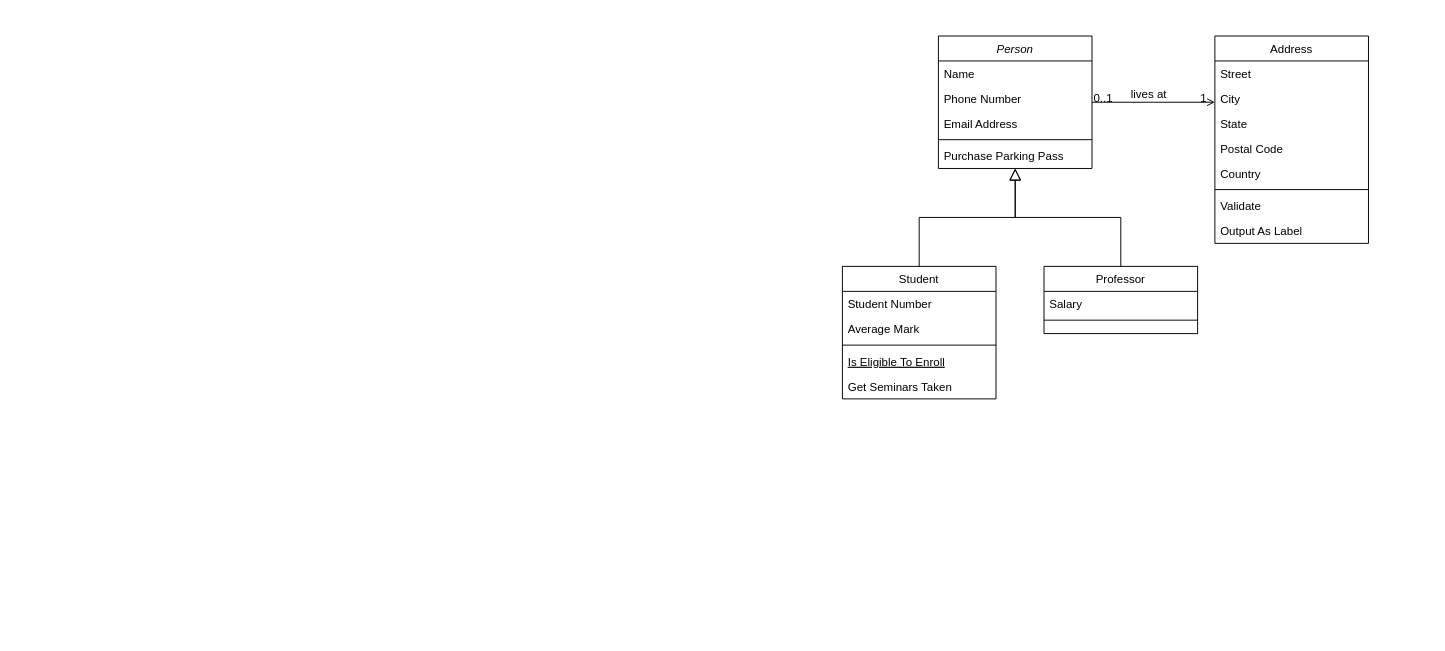
Above: Untitled Diagram.drawio in Rishat22/XmlEditor (draw.io), before the change. Source tidied: cells renumbered, new cells numbered last; positions are measured from the earlier drawing's top-left corner, leaving out a move shared by most shapes. Both pictures are drawn from the tidied source at 96%, with x=0, y=0 at pixel (842, 36).
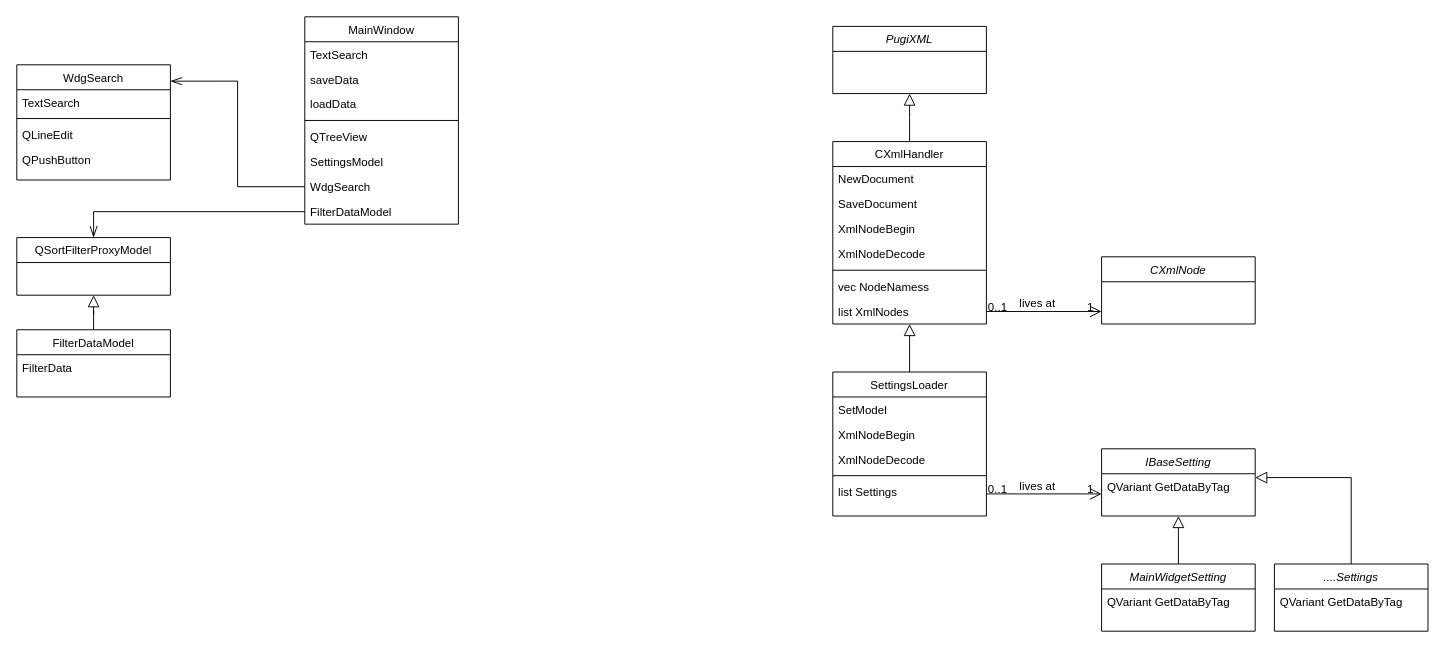
Above is the later version.

What changed in the source:
```diff
@@
-    <mxCell id="2" value="Person" style="swimlane;fontStyle=2;align=center;verticalAlign=top;horizontal=1;startSize=26;rounded=0;shadow=0;strokeWidth=1;" parent="1" vertex="1">
-      <mxGeometry x="100" width="160" height="138" as="geometry" />
+    <mxCell id="2" value="PugiXML" style="swimlane;fontStyle=2;align=center;verticalAlign=top;horizontal=1;startSize=26;rounded=0;shadow=0;strokeWidth=1;" parent="1" vertex="1">
+      <mxGeometry x="-10" y="-10" width="160" height="70" as="geometry" />
     </mxCell>
-    <mxCell id="3" value="Name" style="text;align=left;verticalAlign=top;spacingLeft=4;spacingRight=4;overflow=hidden;" parent="2" vertex="1">
-      <mxGeometry y="26" width="160" height="26" as="geometry" />
-    </mxCell>
-    <mxCell id="4" value="Phone Number" style="text;align=left;verticalAlign=top;spacingLeft=4;spacingRight=4;overflow=hidden;rounded=0;shadow=0;html=0;" parent="2" vertex="1">
-      <mxGeometry y="52" width="160" height="26" as="geometry" />
-    </mxCell>
-    <mxCell id="5" value="Email Address" style="text;align=left;verticalAlign=top;spacingLeft=4;spacingRight=4;overflow=hidden;rounded=0;shadow=0;html=0;" parent="2" vertex="1">
-      <mxGeometry y="78" width="160" height="26" as="geometry" />
-    </mxCell>
-    <mxCell id="6" style="line;html=1;strokeWidth=1;align=left;verticalAlign=middle;spacingTop=-1;spacingLeft=3;spacingRight=3;labelPosition=right;" parent="2" vertex="1">
-      <mxGeometry y="104" width="160" height="8" as="geometry" />
-    </mxCell>
-    <mxCell id="7" value="Purchase Parking Pass" style="text;align=left;verticalAlign=top;spacingLeft=4;spacingRight=4;overflow=hidden;" parent="2" vertex="1">
-      <mxGeometry y="112" width="160" height="26" as="geometry" />
-    </mxCell>
-    <mxCell id="8" value="Student" style="swimlane;fontStyle=0;align=center;verticalAlign=top;horizontal=1;startSize=26;rounded=0;shadow=0;strokeWidth=1;" parent="1" vertex="1">
-      <mxGeometry y="240" width="160" height="138" as="geometry" />
+    <mxCell id="8" value="CXmlHandler" style="swimlane;fontStyle=0;align=center;verticalAlign=top;horizontal=1;startSize=26;rounded=0;shadow=0;strokeWidth=1;" parent="1" vertex="1">
+      <mxGeometry x="-10" y="110" width="160" height="190" as="geometry" />
     </mxCell>
-    <mxCell id="9" value="Student Number" style="text;align=left;verticalAlign=top;spacingLeft=4;spacingRight=4;overflow=hidden;" parent="8" vertex="1">
+    <mxCell id="9" value="NewDocument" style="text;align=left;verticalAlign=top;spacingLeft=4;spacingRight=4;overflow=hidden;" parent="8" vertex="1">
       <mxGeometry y="26" width="160" height="26" as="geometry" />
     </mxCell>
-    <mxCell id="10" value="Average Mark" style="text;align=left;verticalAlign=top;spacingLeft=4;spacingRight=4;overflow=hidden;rounded=0;shadow=0;html=0;" parent="8" vertex="1">
+    <mxCell id="10" value="SaveDocument" style="text;align=left;verticalAlign=top;spacingLeft=4;spacingRight=4;overflow=hidden;rounded=0;shadow=0;html=0;" parent="8" vertex="1">
       <mxGeometry y="52" width="160" height="26" as="geometry" />
     </mxCell>
+    <mxCell id="32" value="XmlNodeBegin" style="text;align=left;verticalAlign=top;spacingLeft=4;spacingRight=4;overflow=hidden;rounded=0;shadow=0;html=0;" parent="8" vertex="1">
+      <mxGeometry y="78" width="160" height="26" as="geometry" />
+    </mxCell>
+    <mxCell id="33" value="XmlNodeDecode" style="text;align=left;verticalAlign=top;spacingLeft=4;spacingRight=4;overflow=hidden;rounded=0;shadow=0;html=0;" parent="8" vertex="1">
+      <mxGeometry y="104" width="160" height="26" as="geometry" />
+    </mxCell>
     <mxCell id="11" style="line;html=1;strokeWidth=1;align=left;verticalAlign=middle;spacingTop=-1;spacingLeft=3;spacingRight=3;labelPosition=right;" parent="8" vertex="1">
-      <mxGeometry y="78" width="160" height="8" as="geometry" />
+      <mxGeometry y="130" width="160" height="8" as="geometry" />
     </mxCell>
-    <mxCell id="12" value="Is Eligible To Enroll" style="text;align=left;verticalAlign=top;spacingLeft=4;spacingRight=4;overflow=hidden;fontStyle=4;" parent="8" vertex="1">
-      <mxGeometry y="86" width="160" height="26" as="geometry" />
-    </mxCell>
-    <mxCell id="13" value="Get Seminars Taken" style="text;align=left;verticalAlign=top;spacingLeft=4;spacingRight=4;overflow=hidden;" parent="8" vertex="1">
-      <mxGeometry y="112" width="160" height="26" as="geometry" />
+    <mxCell id="13" value="vec NodeNamess" style="text;align=left;verticalAlign=top;spacingLeft=4;spacingRight=4;overflow=hidden;" parent="8" vertex="1">
+      <mxGeometry y="138" width="160" height="26" as="geometry" />
     </mxCell>
+    <mxCell id="34" value="list XmlNodes" style="text;align=left;verticalAlign=top;spacingLeft=4;spacingRight=4;overflow=hidden;points=[[0,0.5],[1,0.5]];portConstraint=eastwest;" parent="8" vertex="1">
+      <mxGeometry y="164" width="160" height="26" as="geometry" />
+    </mxCell>
@@
-    <mxCell id="15" value="Professor" style="swimlane;fontStyle=0;align=center;verticalAlign=top;horizontal=1;startSize=26;rounded=0;shadow=0;strokeWidth=1;" parent="1" vertex="1">
-      <mxGeometry x="210" y="240" width="160" height="70" as="geometry" />
-    </mxCell>
-    <mxCell id="16" value="Salary" style="text;align=left;verticalAlign=top;spacingLeft=4;spacingRight=4;overflow=hidden;" parent="15" vertex="1">
-      <mxGeometry y="26" width="160" height="26" as="geometry" />
-    </mxCell>
-    <mxCell id="17" style="line;html=1;strokeWidth=1;align=left;verticalAlign=middle;spacingTop=-1;spacingLeft=3;spacingRight=3;labelPosition=right;" parent="15" vertex="1">
-      <mxGeometry y="52" width="160" height="8" as="geometry" />
-    </mxCell>
-    <mxCell id="18" style="endArrow=block;endSize=10;endFill=0;shadow=0;strokeWidth=1;rounded=0;edgeStyle=elbowEdgeStyle;elbow=vertical;" parent="1" edge="1" source="15" target="2">
-      <mxGeometry relative="1" as="geometry" />
-    </mxCell>
-    <mxCell id="19" value="Address" style="swimlane;fontStyle=0;align=center;verticalAlign=top;horizontal=1;startSize=26;rounded=0;shadow=0;strokeWidth=1;" parent="1" vertex="1">
-      <mxGeometry x="388" width="160" height="216" as="geometry" />
+    <mxCell id="19" value="MainWindow" style="swimlane;fontStyle=0;align=center;verticalAlign=top;horizontal=1;startSize=26;rounded=0;shadow=0;strokeWidth=1;" parent="1" vertex="1">
+      <mxGeometry x="-560" y="-20" width="160" height="216" as="geometry" />
     </mxCell>
-    <mxCell id="20" value="Street" style="text;align=left;verticalAlign=top;spacingLeft=4;spacingRight=4;overflow=hidden;" parent="19" vertex="1">
+    <mxCell id="20" value="TextSearch" style="text;align=left;verticalAlign=top;spacingLeft=4;spacingRight=4;overflow=hidden;" parent="19" vertex="1">
       <mxGeometry y="26" width="160" height="26" as="geometry" />
     </mxCell>
-    <mxCell id="21" value="City" style="text;align=left;verticalAlign=top;spacingLeft=4;spacingRight=4;overflow=hidden;rounded=0;shadow=0;html=0;" parent="19" vertex="1">
+    <mxCell id="21" value="saveData" style="text;align=left;verticalAlign=top;spacingLeft=4;spacingRight=4;overflow=hidden;rounded=0;shadow=0;html=0;" parent="19" vertex="1">
       <mxGeometry y="52" width="160" height="26" as="geometry" />
     </mxCell>
-    <mxCell id="22" value="State" style="text;align=left;verticalAlign=top;spacingLeft=4;spacingRight=4;overflow=hidden;rounded=0;shadow=0;html=0;" parent="19" vertex="1">
+    <mxCell id="22" value="loadData" style="text;align=left;verticalAlign=top;spacingLeft=4;spacingRight=4;overflow=hidden;rounded=0;shadow=0;html=0;" parent="19" vertex="1">
       <mxGeometry y="78" width="160" height="26" as="geometry" />
     </mxCell>
-    <mxCell id="23" value="Postal Code" style="text;align=left;verticalAlign=top;spacingLeft=4;spacingRight=4;overflow=hidden;rounded=0;shadow=0;html=0;" parent="19" vertex="1">
-      <mxGeometry y="104" width="160" height="26" as="geometry" />
-    </mxCell>
-    <mxCell id="24" value="Country" style="text;align=left;verticalAlign=top;spacingLeft=4;spacingRight=4;overflow=hidden;rounded=0;shadow=0;html=0;" parent="19" vertex="1">
-      <mxGeometry y="130" width="160" height="26" as="geometry" />
-    </mxCell>
     <mxCell id="25" style="line;html=1;strokeWidth=1;align=left;verticalAlign=middle;spacingTop=-1;spacingLeft=3;spacingRight=3;labelPosition=right;" parent="19" vertex="1">
-      <mxGeometry y="156" width="160" height="8" as="geometry" />
+      <mxGeometry y="104" width="160" height="8" as="geometry" />
     </mxCell>
-    <mxCell id="26" value="Validate" style="text;align=left;verticalAlign=top;spacingLeft=4;spacingRight=4;overflow=hidden;" parent="19" vertex="1">
-      <mxGeometry y="164" width="160" height="26" as="geometry" />
+    <mxCell id="26" value="QTreeView" style="text;align=left;verticalAlign=top;spacingLeft=4;spacingRight=4;overflow=hidden;" parent="19" vertex="1">
+      <mxGeometry y="112" width="160" height="26" as="geometry" />
     </mxCell>
+    <mxCell id="35" value="SettingsModel" style="text;align=left;verticalAlign=top;spacingLeft=4;spacingRight=4;overflow=hidden;" parent="19" vertex="1">
+      <mxGeometry y="138" width="160" height="26" as="geometry" />
+    </mxCell>
+    <mxCell id="36" value="WdgSearch" style="text;align=left;verticalAlign=top;spacingLeft=4;spacingRight=4;overflow=hidden;points=[[0,0.5],[1,0.5]];portConstraint=eastwest;" parent="19" vertex="1">
+      <mxGeometry y="164" width="160" height="26" as="geometry" />
+    </mxCell>
-    <mxCell id="27" value="Output As Label" style="text;align=left;verticalAlign=top;spacingLeft=4;spacingRight=4;overflow=hidden;points=[[0,0.5],[1,0.5]];portConstraint=eastwest;" parent="19" vertex="1">
+    <mxCell id="27" value="FilterDataModel" style="text;align=left;verticalAlign=top;spacingLeft=4;spacingRight=4;overflow=hidden;points=[[0,0.5],[1,0.5]];portConstraint=eastwest;" parent="19" vertex="1">
       <mxGeometry y="190" width="160" height="26" as="geometry" />
     </mxCell>
-    <mxCell id="28" style="endArrow=open;shadow=0;strokeWidth=1;rounded=0;endFill=1;edgeStyle=elbowEdgeStyle;elbow=vertical;" parent="1" edge="1" source="2" target="19">
+    <mxCell id="28" style="endArrow=open;shadow=0;strokeWidth=1;rounded=0;endFill=1;edgeStyle=elbowEdgeStyle;elbow=vertical;exitX=1;exitY=0.5;exitDx=0;exitDy=0;endSize=10;" parent="1" edge="1" source="34">
       <mxGeometry x="0.5" y="41" relative="1" as="geometry">
+        <mxPoint x="270" y="287" as="targetPoint" />
         <mxPoint x="-40" y="32" as="offset" />
       </mxGeometry>
     </mxCell>
@@
+    <mxCell id="37" value="CXmlNode" style="swimlane;fontStyle=2;align=center;verticalAlign=top;horizontal=1;startSize=26;rounded=0;shadow=0;strokeWidth=1;" parent="1" vertex="1">
+      <mxGeometry x="270" y="230" width="160" height="70" as="geometry" />
+    </mxCell>
+    <mxCell id="38" value="SettingsLoader" style="swimlane;fontStyle=0;align=center;verticalAlign=top;horizontal=1;startSize=26;rounded=0;shadow=0;strokeWidth=1;" parent="1" vertex="1">
+      <mxGeometry x="-10" y="350" width="160" height="150" as="geometry" />
+    </mxCell>
+    <mxCell id="39" value="SetModel" style="text;align=left;verticalAlign=top;spacingLeft=4;spacingRight=4;overflow=hidden;" parent="38" vertex="1">
+      <mxGeometry y="26" width="160" height="26" as="geometry" />
+    </mxCell>
+    <mxCell id="40" value="XmlNodeBegin" style="text;align=left;verticalAlign=top;spacingLeft=4;spacingRight=4;overflow=hidden;rounded=0;shadow=0;html=0;" parent="38" vertex="1">
+      <mxGeometry y="52" width="160" height="26" as="geometry" />
+    </mxCell>
+    <mxCell id="41" value="XmlNodeDecode" style="text;align=left;verticalAlign=top;spacingLeft=4;spacingRight=4;overflow=hidden;rounded=0;shadow=0;html=0;" parent="38" vertex="1">
+      <mxGeometry y="78" width="160" height="26" as="geometry" />
+    </mxCell>
+    <mxCell id="6" style="line;html=1;strokeWidth=1;align=left;verticalAlign=middle;spacingTop=-1;spacingLeft=3;spacingRight=3;labelPosition=right;" parent="38" vertex="1">
+      <mxGeometry y="104" width="160" height="8" as="geometry" />
+    </mxCell>
+    <mxCell id="42" value="list Settings" style="text;align=left;verticalAlign=top;spacingLeft=4;spacingRight=4;overflow=hidden;" parent="38" vertex="1">
+      <mxGeometry y="112" width="160" height="26" as="geometry" />
+    </mxCell>
+    <mxCell id="43" style="endArrow=block;endSize=10;endFill=0;shadow=0;strokeWidth=1;rounded=0;edgeStyle=elbowEdgeStyle;elbow=vertical;" parent="1" edge="1" source="38">
+      <mxGeometry relative="1" as="geometry">
+        <mxPoint x="70" y="300" as="targetPoint" />
+      </mxGeometry>
+    </mxCell>
+    <mxCell id="44" style="endArrow=open;shadow=0;strokeWidth=1;rounded=0;endFill=1;edgeStyle=elbowEdgeStyle;elbow=vertical;exitX=1;exitY=0.5;exitDx=0;exitDy=0;endSize=10;" parent="1" edge="1">
+      <mxGeometry x="0.5" y="41" relative="1" as="geometry">
+        <mxPoint x="150" y="477" as="sourcePoint" />
+        <mxPoint x="270" y="477" as="targetPoint" />
+        <mxPoint x="-40" y="32" as="offset" />
+      </mxGeometry>
+    </mxCell>
+    <mxCell id="45" value="0..1" style="align=left;verticalAlign=bottom;labelBackgroundColor=none;fontSize=12;" parent="44" vertex="1">
+      <mxGeometry x="-1" relative="1" as="geometry">
+        <mxPoint y="4" as="offset" />
+      </mxGeometry>
+    </mxCell>
+    <mxCell id="46" value="1" style="align=right;verticalAlign=bottom;labelBackgroundColor=none;fontSize=12;" parent="44" vertex="1">
+      <mxGeometry x="1" relative="1" as="geometry">
+        <mxPoint x="-7" y="4" as="offset" />
+      </mxGeometry>
+    </mxCell>
+    <mxCell id="47" value="lives at" style="text;html=1;align=center;verticalAlign=middle;labelBackgroundColor=none;rounded=0;shadow=0;strokeWidth=1;fontSize=12;" parent="44" vertex="1">
+      <mxGeometry x="0.5" y="49" relative="1" as="geometry">
+        <mxPoint x="-38" y="40" as="offset" />
+      </mxGeometry>
+    </mxCell>
+    <mxCell id="48" value="IBaseSetting" style="swimlane;fontStyle=2;align=center;verticalAlign=top;horizontal=1;startSize=26;rounded=0;shadow=0;strokeWidth=1;" parent="1" vertex="1">
+      <mxGeometry x="270" y="430" width="160" height="70" as="geometry" />
+    </mxCell>
+    <mxCell id="49" value="QVariant GetDataByTag" style="text;align=left;verticalAlign=top;spacingLeft=4;spacingRight=4;overflow=hidden;points=[[0,0.5],[1,0.5]];portConstraint=eastwest;" parent="48" vertex="1">
+      <mxGeometry y="26" width="160" height="24" as="geometry" />
+    </mxCell>
+    <mxCell id="50" style="edgeStyle=orthogonalEdgeStyle;rounded=0;jettySize=auto;html=1;entryX=0.5;entryY=1;entryDx=0;entryDy=0;endArrow=block;endFill=0;strokeWidth=1;endSize=10;" parent="1" edge="1" source="51" target="48">
+      <mxGeometry relative="1" as="geometry" />
+    </mxCell>
+    <mxCell id="51" value="MainWidgetSetting" style="swimlane;fontStyle=2;align=center;verticalAlign=top;horizontal=1;startSize=26;rounded=0;shadow=0;strokeWidth=1;" parent="1" vertex="1">
+      <mxGeometry x="270" y="550" width="160" height="70" as="geometry" />
+    </mxCell>
+    <mxCell id="52" value="QVariant GetDataByTag" style="text;align=left;verticalAlign=top;spacingLeft=4;spacingRight=4;overflow=hidden;" parent="51" vertex="1">
+      <mxGeometry y="26" width="160" height="44" as="geometry" />
+    </mxCell>
+    <mxCell id="53" style="edgeStyle=orthogonalEdgeStyle;rounded=0;jettySize=auto;html=1;entryX=1;entryY=0.167;entryDx=0;entryDy=0;entryPerimeter=0;endArrow=block;endFill=0;endSize=10;strokeWidth=1;" parent="1" edge="1" source="54" target="49">
+      <mxGeometry relative="1" as="geometry" />
+    </mxCell>
+    <mxCell id="54" value="....Settings" style="swimlane;fontStyle=2;align=center;verticalAlign=top;horizontal=1;startSize=26;rounded=0;shadow=0;strokeWidth=1;" parent="1" vertex="1">
+      <mxGeometry x="450" y="550" width="160" height="70" as="geometry" />
+    </mxCell>
+    <mxCell id="55" value="QVariant GetDataByTag" style="text;align=left;verticalAlign=top;spacingLeft=4;spacingRight=4;overflow=hidden;" parent="54" vertex="1">
+      <mxGeometry y="26" width="160" height="44" as="geometry" />
+    </mxCell>
+    <mxCell id="56" value="WdgSearch" style="swimlane;fontStyle=0;align=center;verticalAlign=top;horizontal=1;startSize=26;rounded=0;shadow=0;strokeWidth=1;" parent="1" vertex="1">
+      <mxGeometry x="-860" y="30" width="160" height="120" as="geometry" />
+    </mxCell>
+    <mxCell id="57" value="TextSearch" style="text;align=left;verticalAlign=top;spacingLeft=4;spacingRight=4;overflow=hidden;" parent="56" vertex="1">
+      <mxGeometry y="26" width="160" height="26" as="geometry" />
+    </mxCell>
+    <mxCell id="17" style="line;html=1;strokeWidth=1;align=left;verticalAlign=middle;spacingTop=-1;spacingLeft=3;spacingRight=3;labelPosition=right;" parent="56" vertex="1">
+      <mxGeometry y="52" width="160" height="8" as="geometry" />
+    </mxCell>
+    <mxCell id="58" value="QLineEdit" style="text;align=left;verticalAlign=top;spacingLeft=4;spacingRight=4;overflow=hidden;" parent="56" vertex="1">
+      <mxGeometry y="60" width="160" height="26" as="geometry" />
+    </mxCell>
+    <mxCell id="59" value="QPushButton" style="text;align=left;verticalAlign=top;spacingLeft=4;spacingRight=4;overflow=hidden;" parent="56" vertex="1">
+      <mxGeometry y="86" width="160" height="26" as="geometry" />
+    </mxCell>
+    <mxCell id="60" style="edgeStyle=orthogonalEdgeStyle;rounded=0;jettySize=auto;html=1;entryX=0.5;entryY=1;entryDx=0;entryDy=0;endArrow=block;endFill=0;endSize=10;strokeWidth=1;" parent="1" edge="1" source="61" target="63">
+      <mxGeometry relative="1" as="geometry" />
+    </mxCell>
+    <mxCell id="61" value="FilterDataModel" style="swimlane;fontStyle=0;align=center;verticalAlign=top;horizontal=1;startSize=26;rounded=0;shadow=0;strokeWidth=1;" parent="1" vertex="1">
+      <mxGeometry x="-860" y="306" width="160" height="70" as="geometry" />
+    </mxCell>
+    <mxCell id="62" value="FilterData" style="text;align=left;verticalAlign=top;spacingLeft=4;spacingRight=4;overflow=hidden;" parent="61" vertex="1">
+      <mxGeometry y="26" width="160" height="26" as="geometry" />
+    </mxCell>
+    <mxCell id="63" value="QSortFilterProxyModel" style="swimlane;fontStyle=0;align=center;verticalAlign=top;horizontal=1;startSize=26;rounded=0;shadow=0;strokeWidth=1;" parent="1" vertex="1">
+      <mxGeometry x="-860" y="210" width="160" height="60" as="geometry" />
+    </mxCell>
+    <mxCell id="64" style="edgeStyle=orthogonalEdgeStyle;rounded=0;jettySize=auto;html=1;entryX=1;entryY=0.142;entryDx=0;entryDy=0;entryPerimeter=0;endArrow=openThin;endFill=0;endSize=10;strokeWidth=1;" parent="1" edge="1" source="36" target="56">
+      <mxGeometry relative="1" as="geometry" />
+    </mxCell>
+    <mxCell id="65" style="edgeStyle=orthogonalEdgeStyle;rounded=0;jettySize=auto;html=1;entryX=0.5;entryY=0;entryDx=0;entryDy=0;endArrow=openThin;endFill=0;endSize=10;strokeWidth=1;" parent="1" edge="1" source="27" target="63">
+      <mxGeometry relative="1" as="geometry" />
+    </mxCell>
```
